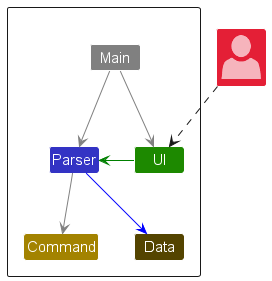
The PlantUML diagram docs/images/ArchitectureDiagram.png in yingx9/tp, before a commit. Its diagram source:
```plantuml
@startuml
!include <office/Concepts/globe_internet>
!include <office/Concepts/documents>
!include <office/Users/user>
!include style.puml

Package " "<<Rectangle>>{
    Class UI UI_COLOR
    Class Parser PARSER_COLOR
    Class Command COMMAND_COLOR
    Class Data DATA_COLOR
    Class Main #grey
}

Class "<$user>" as User STORAGE_COLOR_T2


UI -[#green]> Parser
Main -[#grey]-> UI
Main -[#grey]-> Parser
Parser -[#grey]-> Command
Parser -[#blue]-> Data

User ..> UI
@enduml
```
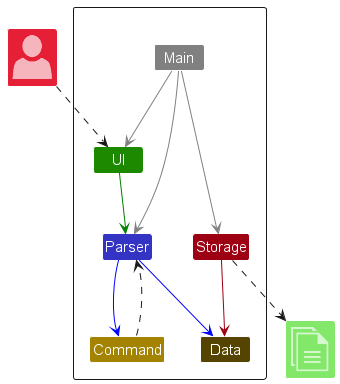
Above is the later version.

Commit message:
Update Overall Architecture Diagram for Storage and Data component

What changed in the source:
```diff
@@ -8,18 +8,29 @@
     Class UI UI_COLOR
     Class Parser PARSER_COLOR
     Class Command COMMAND_COLOR
+    Class Main #grey
+    Class Storage STORAGE_COLOR
     Class Data DATA_COLOR
-    Class Main #grey
 }
 
 Class "<$user>" as User STORAGE_COLOR_T2
+Class "<$documents>" as File UI_COLOR_T1
 
+User ..> UI
 
-UI -[#green]> Parser
 Main -[#grey]-> UI
 Main -[#grey]-> Parser
-Parser -[#grey]-> Command
+UI -[#green]->Parser
+
+Main -[#grey]-> Storage
+
+Parser -[#blue]-> Command
+
+Command ..>Parser
+
 Parser -[#blue]-> Data
 
-User ..> UI
+Storage -[STORAGE_COLOR]->Data
+Storage ..>File
+
 @enduml
```
